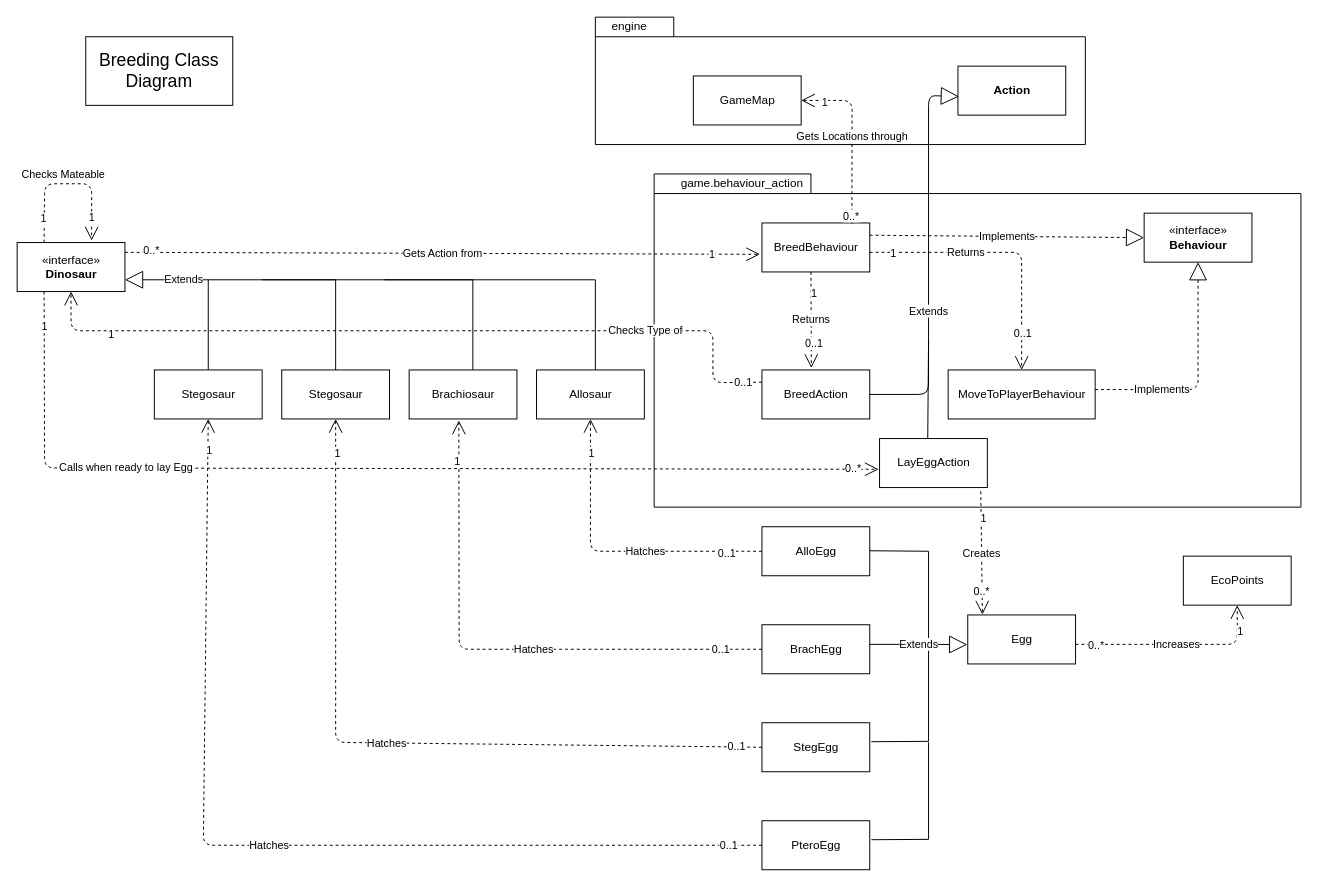
The draw.io diagram Assignment 3 diagrams/UML/Breeding Class Diagram.drawio in Dax246/FIT2099, before the edit. Source tidied: cells renumbered, new cells numbered last; positions are measured from the earlier drawing's top-left corner, leaving out a move shared by most shapes. Both pictures are drawn from the tidied source at 98%, with x=0, y=0 at pixel (17, 17).
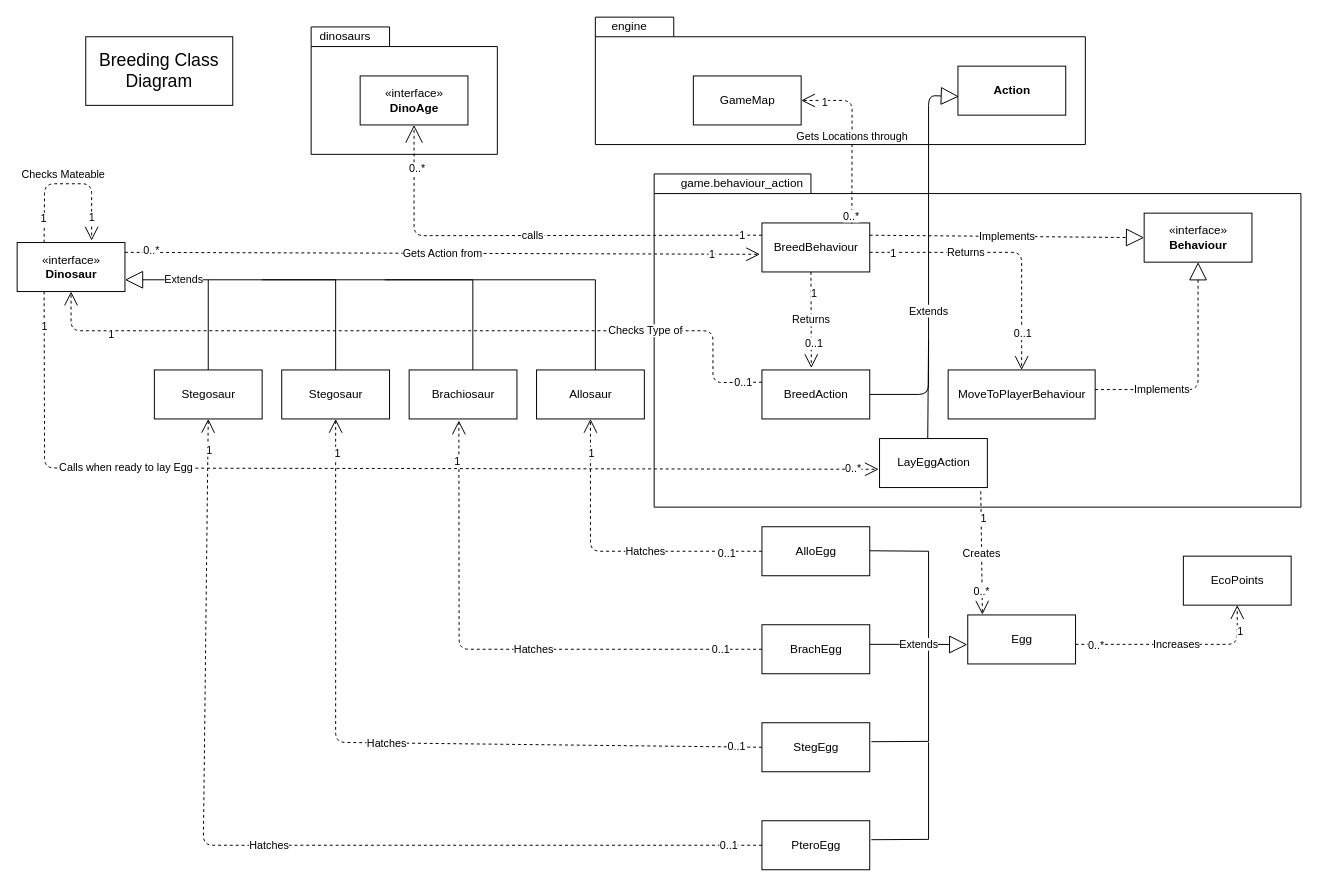
After the change.

Commit message:
Added DinoAge Interface to Breeding UML

The change refers to these unchanged cells:
```xml
<mxCell id="12" value="BreedBehaviour" style="html=1;" parent="1" vertex="1">
  <mxGeometry x="760" y="210" width="110" height="50" as="geometry" />
</mxCell>
```

The edit, as a diff of the source:
```diff
@@
+    <mxCell id="76" style="shape=folder;fontStyle=1;spacingTop=10;tabWidth=80;tabHeight=20;tabPosition=left;html=1;" parent="1" vertex="1">
+      <mxGeometry x="300" y="10" width="190" height="130" as="geometry" />
+    </mxCell>
+    <mxCell id="77" value="«interface»&lt;br&gt;&lt;b&gt;DinoAge&lt;/b&gt;" style="html=1;" parent="1" vertex="1">
+      <mxGeometry x="350" y="60" width="110" height="50" as="geometry" />
+    </mxCell>
+    <mxCell id="78" value="dinosaurs" style="text;html=1;strokeColor=none;fillColor=none;align=center;verticalAlign=middle;whiteSpace=wrap;rounded=0;" parent="1" vertex="1">
+      <mxGeometry x="300" y="10" width="70" height="20" as="geometry" />
+    </mxCell>
+    <mxCell id="79" value="calls" style="endArrow=open;endSize=16;endFill=0;html=1;entryX=0.5;entryY=1;entryDx=0;entryDy=0;dashed=1;exitX=0;exitY=0.25;exitDx=0;exitDy=0;" parent="1" edge="1" source="12" target="77">
+      <mxGeometry relative="1" as="geometry">
+        <Array as="points">
+          <mxPoint x="405" y="223" />
+        </Array>
+      </mxGeometry>
+    </mxCell>
+    <mxCell id="80" value="1" style="edgeLabel;html=1;align=center;verticalAlign=middle;" parent="79" vertex="1">
+      <mxGeometry x="-0.91" relative="1" as="geometry" />
+    </mxCell>
+    <mxCell id="81" value="0..*" style="edgeLabel;html=1;align=center;verticalAlign=middle;" parent="79" vertex="1">
+      <mxGeometry x="0.81" y="-2" relative="1" as="geometry" />
+    </mxCell>
```
